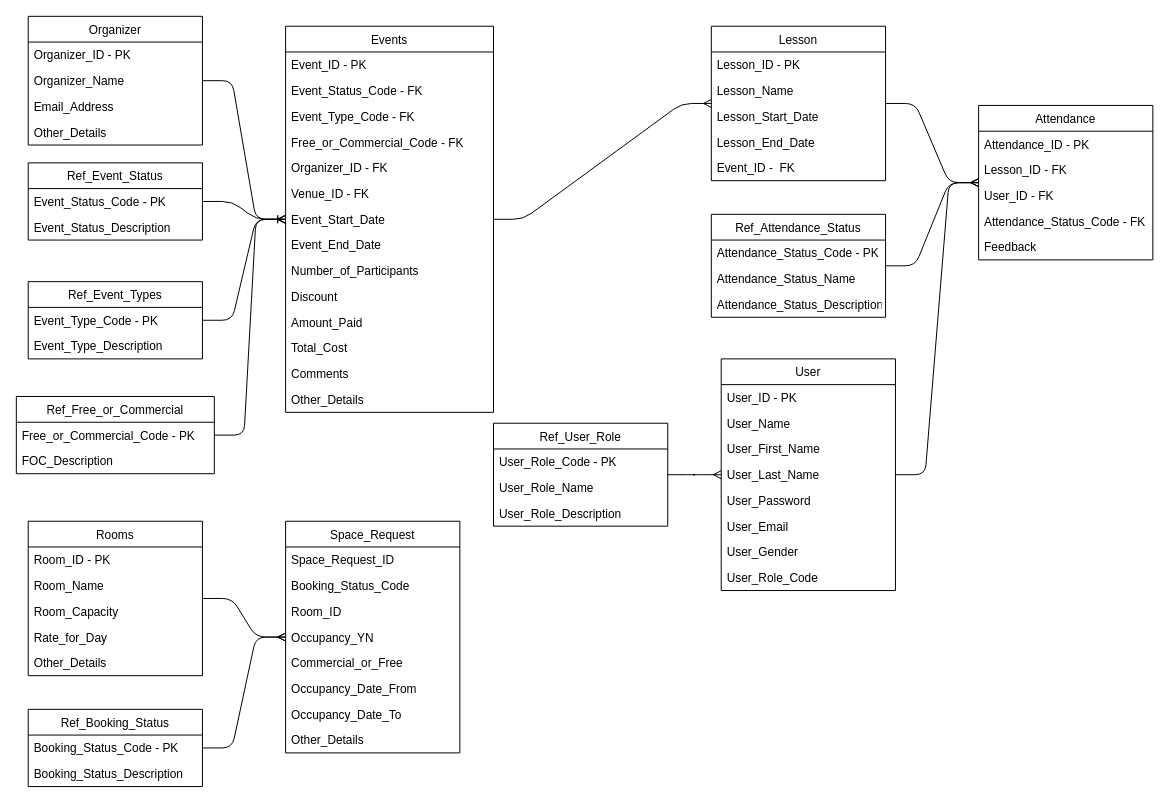
This is page "ERD" (2 of 4) of DellEvent.drawio from frostyseb/ITDP, a draw.io file, before an edit. Source tidied: cells renumbered, new cells numbered last; positions are measured from the earlier drawing's top-left corner, leaving out a move shared by most shapes. Both pictures are drawn from the tidied source at 99%, with x=0, y=0 at pixel (16, 16).
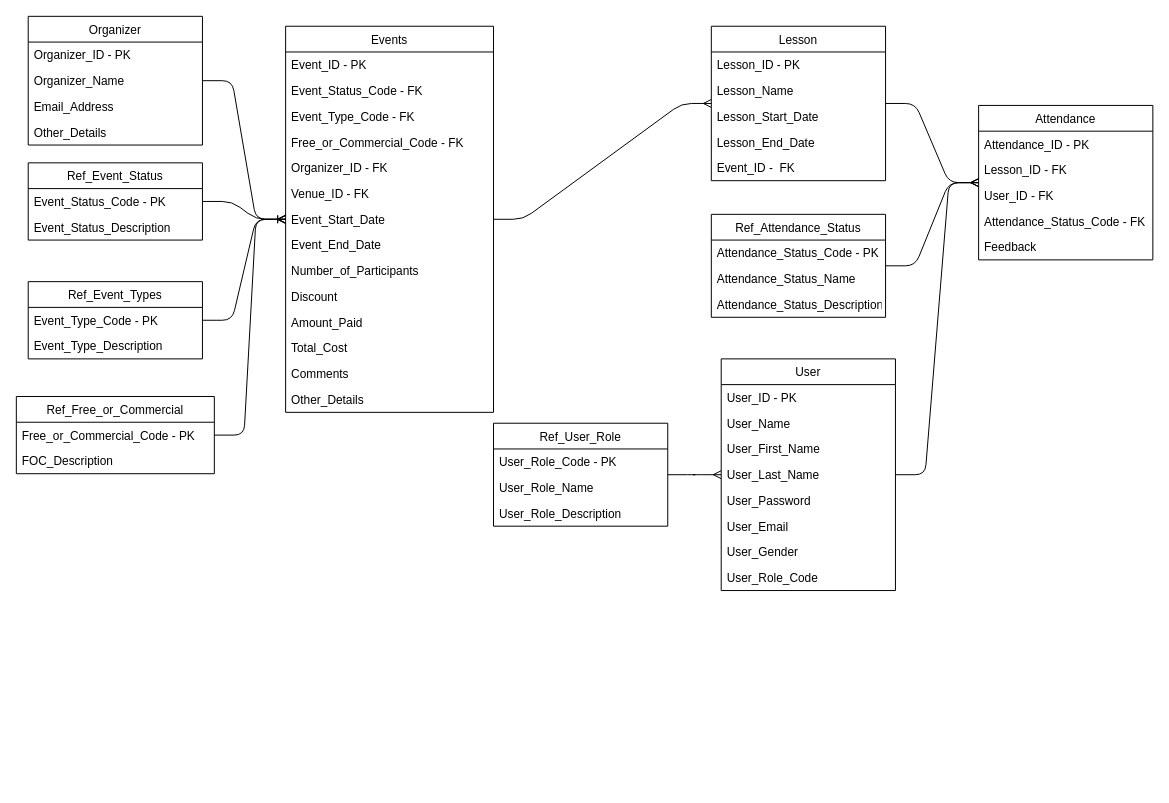
Above is the later version.

Commit message (it also covers changes not shown here):
Remove table "Rooms", "Space Request", "Ref_Booking_Status"

Diff of the diagram source:
```diff
@@
-    <mxCell id="37" value="Space_Request" style="swimlane;fontStyle=0;horizontal=1;startSize=26;fillColor=none;" parent="1" vertex="1">
-      <mxGeometry x="272" y="510" width="176" height="234" as="geometry" />
-    </mxCell>
-    <mxCell id="38" value="Space_Request_ID" style="text;strokeColor=none;fillColor=none;align=left;verticalAlign=top;spacingLeft=4;spacingRight=4;overflow=hidden;" parent="37" vertex="1">
-      <mxGeometry y="26" width="176" height="26" as="geometry" />
-    </mxCell>
-    <mxCell id="39" value="Booking_Status_Code" style="text;strokeColor=none;fillColor=none;align=left;verticalAlign=top;spacingLeft=4;spacingRight=4;overflow=hidden;" parent="37" vertex="1">
-      <mxGeometry y="52" width="176" height="26" as="geometry" />
-    </mxCell>
-    <mxCell id="40" value="Room_ID" style="text;strokeColor=none;fillColor=none;align=left;verticalAlign=top;spacingLeft=4;spacingRight=4;overflow=hidden;" parent="37" vertex="1">
-      <mxGeometry y="78" width="176" height="26" as="geometry" />
-    </mxCell>
-    <mxCell id="41" value="Occupancy_YN" style="text;strokeColor=none;fillColor=none;align=left;verticalAlign=top;spacingLeft=4;spacingRight=4;overflow=hidden;" parent="37" vertex="1">
-      <mxGeometry y="104" width="176" height="26" as="geometry" />
-    </mxCell>
-    <mxCell id="42" value="Commercial_or_Free" style="text;strokeColor=none;fillColor=none;align=left;verticalAlign=top;spacingLeft=4;spacingRight=4;overflow=hidden;" parent="37" vertex="1">
-      <mxGeometry y="130" width="176" height="26" as="geometry" />
-    </mxCell>
-    <mxCell id="43" value="Occupancy_Date_From" style="text;strokeColor=none;fillColor=none;align=left;verticalAlign=top;spacingLeft=4;spacingRight=4;overflow=hidden;" parent="37" vertex="1">
-      <mxGeometry y="156" width="176" height="26" as="geometry" />
-    </mxCell>
-    <mxCell id="44" value="Occupancy_Date_To" style="text;strokeColor=none;fillColor=none;align=left;verticalAlign=top;spacingLeft=4;spacingRight=4;overflow=hidden;" parent="37" vertex="1">
-      <mxGeometry y="182" width="176" height="26" as="geometry" />
-    </mxCell>
-    <mxCell id="45" value="Other_Details" style="text;strokeColor=none;fillColor=none;align=left;verticalAlign=top;spacingLeft=4;spacingRight=4;overflow=hidden;" parent="37" vertex="1">
-      <mxGeometry y="208" width="176" height="26" as="geometry" />
-    </mxCell>
-    <mxCell id="46" value="Rooms" style="swimlane;fontStyle=0;horizontal=1;startSize=26;fillColor=none;" parent="1" vertex="1">
-      <mxGeometry x="12" y="510" width="176" height="156" as="geometry" />
-    </mxCell>
-    <mxCell id="47" value="Room_ID - PK" style="text;strokeColor=none;fillColor=none;align=left;verticalAlign=top;spacingLeft=4;spacingRight=4;overflow=hidden;" parent="46" vertex="1">
-      <mxGeometry y="26" width="176" height="26" as="geometry" />
-    </mxCell>
-    <mxCell id="48" value="Room_Name" style="text;strokeColor=none;fillColor=none;align=left;verticalAlign=top;spacingLeft=4;spacingRight=4;overflow=hidden;" parent="46" vertex="1">
-      <mxGeometry y="52" width="176" height="26" as="geometry" />
-    </mxCell>
-    <mxCell id="49" value="Room_Capacity" style="text;strokeColor=none;fillColor=none;align=left;verticalAlign=top;spacingLeft=4;spacingRight=4;overflow=hidden;" parent="46" vertex="1">
-      <mxGeometry y="78" width="176" height="26" as="geometry" />
-    </mxCell>
-    <mxCell id="50" value="Rate_for_Day" style="text;strokeColor=none;fillColor=none;align=left;verticalAlign=top;spacingLeft=4;spacingRight=4;overflow=hidden;" parent="46" vertex="1">
-      <mxGeometry y="104" width="176" height="26" as="geometry" />
-    </mxCell>
-    <mxCell id="51" value="Other_Details" style="text;strokeColor=none;fillColor=none;align=left;verticalAlign=top;spacingLeft=4;spacingRight=4;overflow=hidden;" parent="46" vertex="1">
-      <mxGeometry y="130" width="176" height="26" as="geometry" />
-    </mxCell>
-    <mxCell id="52" value="Ref_Booking_Status" style="swimlane;fontStyle=0;horizontal=1;startSize=26;fillColor=none;" parent="1" vertex="1">
-      <mxGeometry x="12" y="700" width="176" height="78" as="geometry" />
-    </mxCell>
-    <mxCell id="53" value="Booking_Status_Code - PK" style="text;strokeColor=none;fillColor=none;align=left;verticalAlign=top;spacingLeft=4;spacingRight=4;overflow=hidden;" parent="52" vertex="1">
-      <mxGeometry y="26" width="176" height="26" as="geometry" />
-    </mxCell>
-    <mxCell id="54" value="Booking_Status_Description" style="text;strokeColor=none;fillColor=none;align=left;verticalAlign=top;spacingLeft=4;spacingRight=4;overflow=hidden;" parent="52" vertex="1">
-      <mxGeometry y="52" width="176" height="26" as="geometry" />
-    </mxCell>
@@
-    <mxCell id="79" style="edgeStyle=entityRelationEdgeStyle;fontSize=12;html=1;endArrow=ERmany;" parent="1" edge="1" source="46" target="37">
-      <mxGeometry relative="1" as="geometry" />
-    </mxCell>
-    <mxCell id="80" style="edgeStyle=entityRelationEdgeStyle;fontSize=12;html=1;endArrow=ERmany;" parent="1" edge="1" source="52" target="37">
-      <mxGeometry relative="1" as="geometry" />
-    </mxCell>
```
